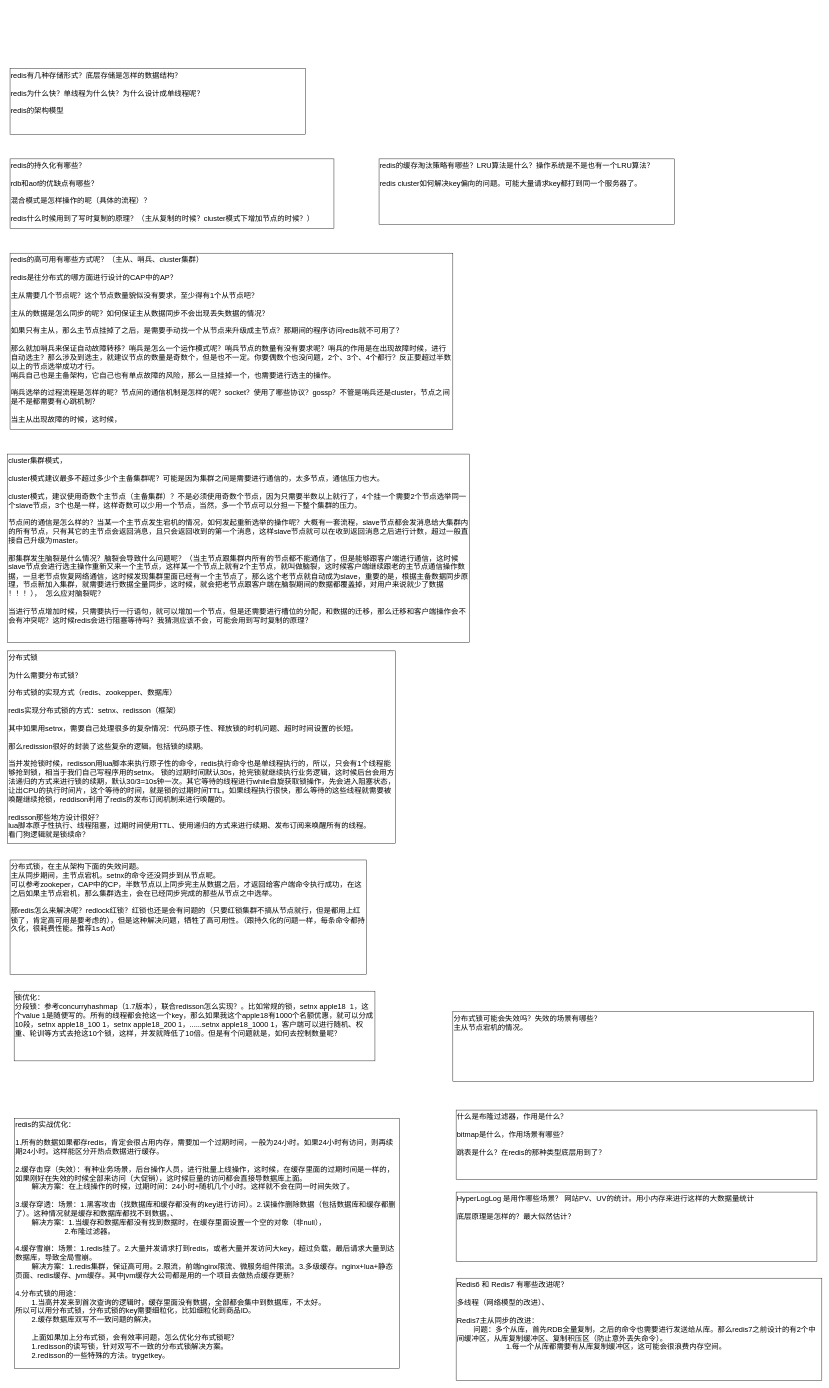
Earlier version of the draw.io diagram JAVA/Redis.drawio (KGwolf/MyDraw). Source tidied: cells renumbered, new cells numbered last; positions are measured from the earlier drawing's top-left corner, leaving out a move shared by most shapes. Both pictures are drawn from the tidied source at 41%, with x=0, y=0 at pixel (7, 68).
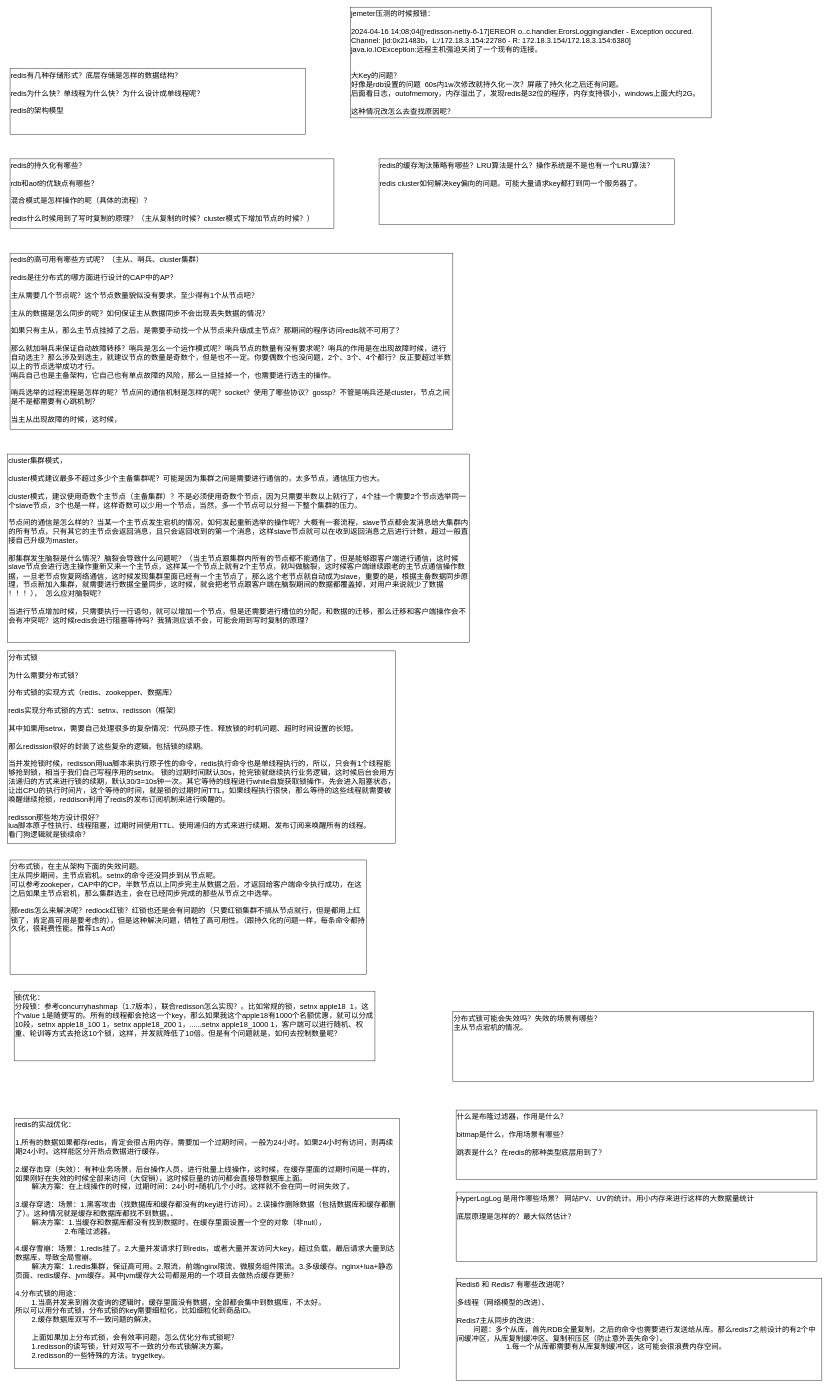
The same diagram, later.

What changed in the source:
```diff
@@
 <mxGraphModel>
   <root>
     <mxCell id="0" />
     <mxCell id="1" parent="0" />
     <mxCell id="2" value="redis有几种存储形式？底层存储是怎样的数据结构？&lt;br&gt;&lt;br&gt;redis为什么快？单线程为什么快？为什么设计成单线程呢？&lt;br&gt;&lt;br&gt;redis的架构模型" style="rounded=0;whiteSpace=wrap;html=1;fontSize=18;align=left;verticalAlign=top;" parent="1" vertex="1">
       <mxGeometry x="6" width="720" height="160" as="geometry" />
     </mxCell>
     <mxCell id="3" value="redis的持久化有哪些？&lt;br&gt;&lt;br&gt;rdb和aof的优缺点有哪些？&lt;br&gt;&lt;br&gt;混合模式是怎样操作的呢（具体的流程）？&lt;br&gt;&lt;br&gt;redis什么时候用到了写时复制的原理？（主从复制的时候？cluster模式下增加节点的时候？）" style="rounded=0;whiteSpace=wrap;html=1;fontSize=18;align=left;verticalAlign=top;" parent="1" vertex="1">
       <mxGeometry x="6" y="220" width="790" height="170" as="geometry" />
     </mxCell>
     <mxCell id="4" value="redis的高可用有哪些方式呢？（主从、哨兵、cluster集群）&lt;br&gt;&lt;br&gt;redis是往分布式的哪方面进行设计的CAP中的AP？&lt;br&gt;&lt;br&gt;主从需要几个节点呢？这个节点数量貌似没有要求，至少得有1个从节点吧？&lt;br&gt;&lt;br&gt;主从的数据是怎么同步的呢？如何保证主从数据同步不会出现丢失数据的情况？&lt;br&gt;&lt;br&gt;如果只有主从，那么主节点挂掉了之后，是需要手动找一个从节点来升级成主节点？那期间的程序访问redis就不可用了？&lt;br&gt;&lt;br&gt;那么就加哨兵来保证自动故障转移？哨兵是怎么一个运作模式呢？哨兵节点的数量有没有要求呢？哨兵的作用是在出现故障时候，进行自动选主？那么涉及到选主，就建议节点的数量是奇数个，但是也不一定。你要偶数个也没问题，2个、3个、4个都行？反正要超过半数以上的节点选举成功才行。&lt;br&gt;哨兵自己也是主备架构，它自己也有单点故障的风险，那么一旦挂掉一个，也需要进行选主的操作。&lt;br&gt;&lt;br&gt;哨兵选举的过程流程是怎样的呢？节点间的通信机制是怎样的呢？socket？使用了哪些协议？gossp？不管是哨兵还是cluster，节点之间是不是都需要有心跳机制？&lt;br&gt;&lt;br&gt;当主从出现故障的时候，这时候，" style="rounded=0;whiteSpace=wrap;html=1;fontSize=18;align=left;verticalAlign=top;" parent="1" vertex="1">
       <mxGeometry x="6" y="450" width="1080" height="430" as="geometry" />
     </mxCell>
     <mxCell id="5" value="redis的缓存淘汰策略有哪些？LRU算法是什么？操作系统是不是也有一个LRU算法？&lt;br&gt;&lt;br&gt;redis cluster如何解决key偏向的问题。可能大量请求key都打到同一个服务器了。" style="rounded=0;whiteSpace=wrap;html=1;fontSize=18;align=left;verticalAlign=top;" parent="1" vertex="1">
       <mxGeometry x="906" y="220" width="720" height="160" as="geometry" />
     </mxCell>
     <mxCell id="6" value="cluster集群模式，&lt;br&gt;&lt;br&gt;cluster模式建议最多不超过多少个主备集群呢？可能是因为集群之间是需要进行通信的，太多节点，通信压力也大。&lt;br&gt;&lt;br&gt;cluster模式，建议使用奇数个主节点（主备集群）？不是必须使用奇数个节点，因为只需要半数以上就行了，4个挂一个需要2个节点选举同一个slave节点，3个也是一样，这样奇数可以少用一个节点，当然，多一个节点可以分担一下整个集群的压力。&lt;br&gt;&lt;br&gt;节点间的通信是怎么样的？当某一个主节点发生宕机的情况，如何发起重新选举的操作呢？大概有一套流程，slave节点都会发消息给大集群内的所有节点，只有其它的主节点会返回消息，且只会返回收到的第一个消息，这样slave节点就可以在收到返回消息之后进行计数，超过一般直接自己升级为master。&lt;br&gt;&lt;br&gt;那集群发生脑裂是什么情况？脑裂会导致什么问题呢？（当主节点跟集群内所有的节点都不能通信了，但是能够跟客户端进行通信，这时候slave节点会进行选主操作重新又来一个主节点，这样某一个节点上就有2个主节点，就叫做脑裂，这时候客户端继续跟老的主节点通信操作数据，一旦老节点恢复网络通信，这时候发现集群里面已经有一个主节点了，那么这个老节点就自动成为slave，重要的是，根据主备数据同步原理，节点新加入集群，就需要进行数据全量同步，这时候，就会把老节点跟客户端在脑裂期间的数据都覆盖掉，对用户来说就少了数据&lt;br&gt;！！！），&amp;nbsp; 怎么应对脑裂呢？&lt;br&gt;&lt;br&gt;当进行节点增加时候，只需要执行一行语句，就可以增加一个节点，但是还需要进行槽位的分配，和数据的迁移，那么迁移和客户端操作会不会有冲突呢？这时候redis会进行阻塞等待吗？我猜测应该不会，可能会用到写时复制的原理？" style="rounded=0;whiteSpace=wrap;html=1;fontSize=18;align=left;verticalAlign=top;" parent="1" vertex="1">
       <mxGeometry x="-0.5" y="940" width="1126.5" height="460" as="geometry" />
     </mxCell>
     <mxCell id="7" value="分布式锁&lt;br&gt;&lt;br&gt;为什么需要分布式锁？&lt;br&gt;&lt;br&gt;分布式锁的实现方式（redis、zookepper、数据库）&lt;br&gt;&lt;br&gt;redis实现分布式锁的方式：setnx、redisson（框架）&lt;br&gt;&lt;br&gt;其中如果用setnx，需要自己处理很多的复杂情况：代码原子性、释放锁的时机问题、超时时间设置的长短。&lt;br&gt;&lt;br&gt;那么redission很好的封装了这些复杂的逻辑。包括锁的续期。&lt;br&gt;&lt;br&gt;当并发抢锁时候，redisson用lua脚本来执行原子性的命令，redis执行命令也是单线程执行的，所以，只会有1个线程能够抢到锁，相当于我们自己写程序用的setnx。 锁的过期时间默认30s，抢完锁就继续执行业务逻辑，这时候后台会用方法递归的方式来进行锁的续期，默认30/3=10s钟一次。其它等待的线程进行while自旋获取锁操作，先会进入阻塞状态，让出CPU的执行时间片，这个等待的时间，就是锁的过期时间TTL。如果线程执行很快，那么等待的这些线程就需要被唤醒继续抢锁，reddison利用了redis的发布订阅机制来进行唤醒的。&lt;br&gt;&lt;br&gt;redisson那些地方设计很好？&lt;br&gt;lua脚本原子性执行、线程阻塞，过期时间使用TTL、使用递归的方式来进行续期、发布订阅来唤醒所有的线程。&lt;br&gt;看门狗逻辑就是锁续命？" style="rounded=0;whiteSpace=wrap;html=1;fontSize=18;align=left;verticalAlign=top;" parent="1" vertex="1">
       <mxGeometry x="-0.5" y="1420" width="946.5" height="470" as="geometry" />
     </mxCell>
     <mxCell id="8" value="分布式锁，在主从架构下面的失效问题。&lt;br&gt;主从同步期间，主节点宕机。setnx的命令还没同步到从节点呢。&lt;br&gt;可以参考zookeper，CAP中的CP，半数节点以上同步完主从数据之后，才返回给客户端命令执行成功，在这之后如果主节点宕机，那么集群选主，会在已经同步完成的那些从节点之中选举。&lt;br&gt;&lt;br&gt;那redis怎么来解决呢？redlock红锁？红锁也还是会有问题的（只要红锁集群不搞从节点就行，但是都用上红锁了，肯定高可用是要考虑的），但是这种解决问题，牺牲了高可用性。（跟持久化的问题一样，每条命令都持久化，很耗费性能。推荐1s Aof）" style="rounded=0;whiteSpace=wrap;html=1;fontSize=18;align=left;verticalAlign=top;" parent="1" vertex="1">
       <mxGeometry x="6" y="1930" width="870" height="280" as="geometry" />
     </mxCell>
     <mxCell id="9" value="锁优化：&lt;br&gt;分段锁：参考concurryhashmap（1.7版本），联合redisson怎么实现？。比如常规的锁，setnx apple18&amp;nbsp; 1，这个value 1是随便写的。所有的线程都会抢这一个key，那么如果我这个apple18有1000个名额优惠，就可以分成10段，setnx apple18_100 1，setnx apple18_200 1，......setnx apple18_1000 1，客户端可以进行随机、权重、轮训等方式去抢这10个锁，这样，并发就降低了10倍。但是有个问题就是，如何去控制数量呢？" style="rounded=0;whiteSpace=wrap;html=1;fontSize=18;align=left;verticalAlign=top;" parent="1" vertex="1">
       <mxGeometry x="16" y="2250" width="880" height="170" as="geometry" />
     </mxCell>
     <mxCell id="10" value="redis的实战优化：&lt;br&gt;&lt;br&gt;1.所有的数据如果都存redis，肯定会很占用内存，需要加一个过期时间，一般为24小时。如果24小时有访问，则再续期24小时。这样能区分开热点数据进行缓存。&lt;br&gt;&lt;br&gt;2.缓存击穿（失效）：有种业务场景，后台操作人员，进行批量上线操作，这时候，在缓存里面的过期时间是一样的，如果刚好在失效的时候全部来访问（大促销），这时候巨量的访问都会直接导数据库上面。&lt;br&gt;&lt;span style=&quot;white-space: pre;&quot;&gt;&#9;&lt;/span&gt;解决方案：在上线操作的时候，过期时间：24小时+随机几个小时。这样就不会在同一时间失效了。&lt;br&gt;&lt;br&gt;3.缓存穿透：场景：1.黑客攻击（找数据库和缓存都没有的key进行访问）。2.误操作删除数据（包括数据库和缓存都删了）。这种情况就是缓存和数据库都找不到数据。、&lt;br&gt;&lt;span style=&quot;white-space: pre;&quot;&gt;&#9;&lt;/span&gt;解决方案：1.当缓存和数据库都没有找到数据时，在缓存里面设置一个空的对象（非null），&lt;br&gt;&lt;span style=&quot;white-space: pre;&quot;&gt;&#9;&lt;/span&gt;&lt;span style=&quot;white-space: pre;&quot;&gt;&#9;&lt;/span&gt;&lt;span style=&quot;white-space: pre;&quot;&gt;&#9;&lt;/span&gt;2.布隆过滤器。&lt;br&gt;&lt;br&gt;4.缓存雪崩：场景：1.redis挂了。2.大量并发请求打到redis，或者大量并发访问大key，超过负载，最后请求大量到达数据库，导致全局雪崩。&lt;br&gt;&lt;span style=&quot;white-space: pre;&quot;&gt;&#9;&lt;/span&gt;解决方案：1.redis集群，保证高可用。2.限流，前端nginx限流、微服务组件限流。3.多级缓存。nginx+lua+静态页面、redis缓存、jvm缓存。其中jvm缓存大公司都是用的一个项目去做热点缓存更新？&lt;br&gt;&lt;br&gt;4.分布式锁的用途：&lt;br&gt;&lt;span style=&quot;white-space: pre;&quot;&gt;&#9;&lt;/span&gt;1.当高并发来到首次查询的逻辑时，缓存里面没有数据，全部都会集中到数据库，不太好。&lt;br&gt;所以可以用分布式锁，分布式锁的key需要细粒化，比如细粒化到商品ID。&lt;br&gt;&lt;span style=&quot;white-space: pre;&quot;&gt;&#9;&lt;/span&gt;2.缓存数据库双写不一致问题的解决。&lt;br&gt;&lt;br&gt;&lt;span style=&quot;white-space: pre;&quot;&gt;&#9;&lt;/span&gt;上面如果加上分布式锁，会有效率问题，怎么优化分布式锁呢？&lt;br&gt;&lt;span style=&quot;white-space: pre;&quot;&gt;&#9;&lt;/span&gt;1.redisson的读写锁，针对双写不一致的分布式锁解决方案。&lt;br&gt;&lt;span style=&quot;white-space: pre;&quot;&gt;&#9;&lt;/span&gt;2.redisson的一些特殊的方法。trygetkey。" style="rounded=0;whiteSpace=wrap;html=1;fontSize=18;align=left;verticalAlign=top;" parent="1" vertex="1">
       <mxGeometry x="17" y="2560" width="939" height="610" as="geometry" />
     </mxCell>
     <mxCell id="11" value="什么是布隆过滤器，作用是什么？&lt;br&gt;&lt;br&gt;bitmap是什么，作用场景有哪些？&lt;br&gt;&lt;br&gt;跳表是什么？在redis的那种类型底层用到了？" style="rounded=0;whiteSpace=wrap;html=1;fontSize=18;align=left;verticalAlign=top;" parent="1" vertex="1">
       <mxGeometry x="1094" y="2540" width="880" height="170" as="geometry" />
     </mxCell>
     <mxCell id="12" value="HyperLogLog 是用作哪些场景？ 网站PV、UV的统计。用小内存来进行这样的大数据量统计&lt;br&gt;&lt;br&gt;底层原理是怎样的？最大似然估计？" style="rounded=0;whiteSpace=wrap;html=1;fontSize=18;align=left;verticalAlign=top;" parent="1" vertex="1">
       <mxGeometry x="1094" y="2740" width="880" height="170" as="geometry" />
     </mxCell>
     <mxCell id="13" value="Redis6 和 Redis7 有哪些改进呢？&lt;br&gt;&lt;br&gt;多线程（网络模型的改进）、&lt;br&gt;&lt;br&gt;Redis7主从同步的改进：&lt;br&gt;&lt;span style=&quot;white-space: pre;&quot;&gt;&#9;&lt;/span&gt;问题：多个从库，首先RDB全量复制，之后的命令也需要进行发送给从库。那么redis7之前设计的有2个中间缓冲区，从库复制缓冲区、复制积压区（防止意外丢失命令）。&lt;br&gt;&lt;span style=&quot;white-space: pre;&quot;&gt;&#9;&lt;/span&gt;&lt;span style=&quot;white-space: pre;&quot;&gt;&#9;&lt;/span&gt;&lt;span style=&quot;white-space: pre;&quot;&gt;&#9;&lt;/span&gt;1.每一个从库都需要有从库复制缓冲区，这可能会很浪费内存空间。" style="rounded=0;whiteSpace=wrap;html=1;fontSize=18;align=left;verticalAlign=top;" parent="1" vertex="1">
       <mxGeometry x="1094" y="2950" width="892" height="250" as="geometry" />
     </mxCell>
     <mxCell id="14" value="分布式锁可能会失效吗？失效的场景有哪些？&lt;br&gt;主从节点宕机的情况。" style="rounded=0;whiteSpace=wrap;html=1;fontSize=18;align=left;verticalAlign=top;" parent="1" vertex="1">
       <mxGeometry x="1086" y="2300" width="880" height="170" as="geometry" />
     </mxCell>
+    <mxCell id="15" value="&lt;div&gt;jemeter压测的时候报错：&lt;/div&gt;&lt;div&gt;&lt;br&gt;&lt;/div&gt;2024-04-16 14;08;04([redisson-netty-6-17]EREOR o..c.handler.ErorsLoggingiandler - Exception occured. Channel: [id:0x21483b，L:/172.18.3.154:22786 - R: 172.18.3.154/172.18.3.154:6380]&lt;br&gt;java.io.IOException:远程主机强迫关闭了一个现有的连接。&lt;div&gt;&lt;br&gt;&lt;/div&gt;&lt;div&gt;&lt;br&gt;&lt;/div&gt;&lt;div&gt;大Key的问题？&lt;/div&gt;&lt;div&gt;好像是rdb设置的问题&amp;nbsp; 60s内1w次修改就持久化一次？屏蔽了持久化之后还有问题。&lt;/div&gt;&lt;div&gt;后面看日志，outofmemory，内存溢出了，发现redis是32位的程序，内存支持很小，windows上面大约2G。&lt;/div&gt;&lt;div&gt;&lt;br&gt;&lt;/div&gt;&lt;div&gt;这种情况改怎么去查找原因呢？&lt;/div&gt;" style="rounded=0;whiteSpace=wrap;html=1;fontSize=18;align=left;verticalAlign=top;" parent="1" vertex="1">
+      <mxGeometry x="836" y="-150" width="880" height="270" as="geometry" />
+    </mxCell>
   </root>
 </mxGraphModel>
```
